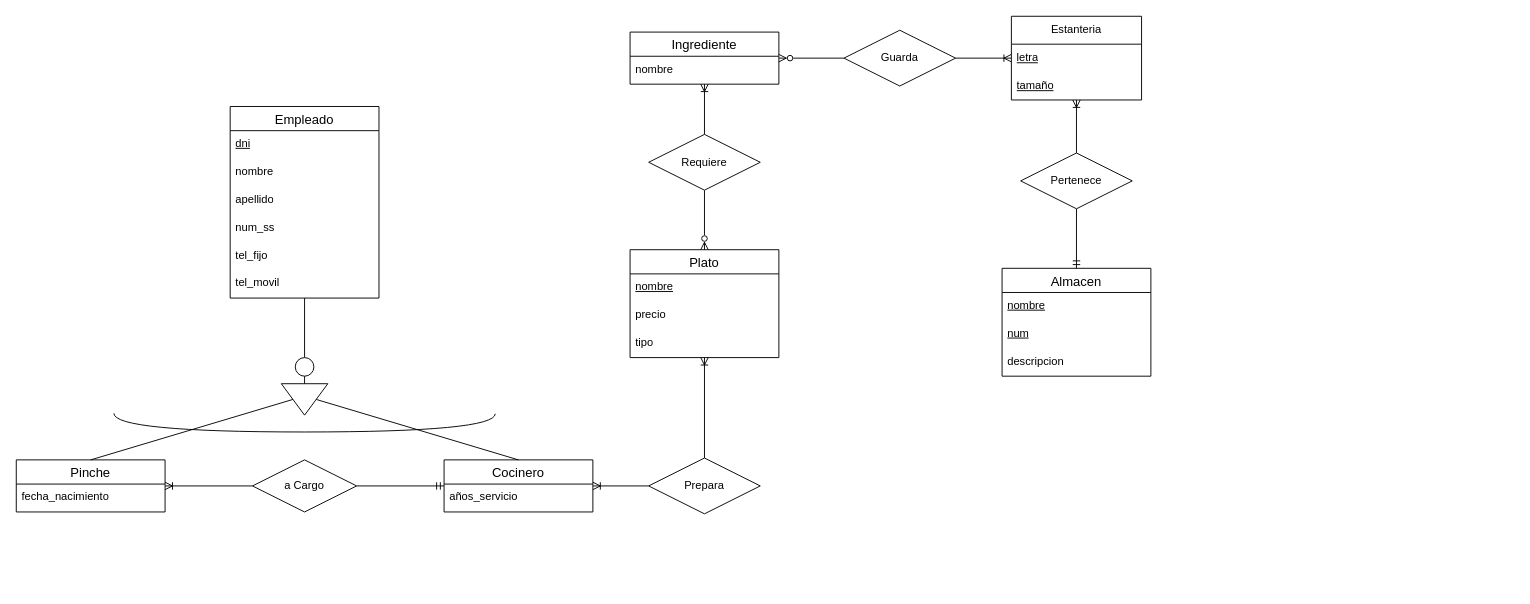
Above: TA12Ej13.drawio in AlejandroCara/acr-tsys-modeloER-drawio-1110 (draw.io), before the change. Source tidied: cells renumbered, new cells numbered last; positions are measured from the earlier drawing's top-left corner, leaving out a move shared by most shapes. Both pictures are drawn from the tidied source at 93%, with x=0, y=0 at pixel (16, 16).
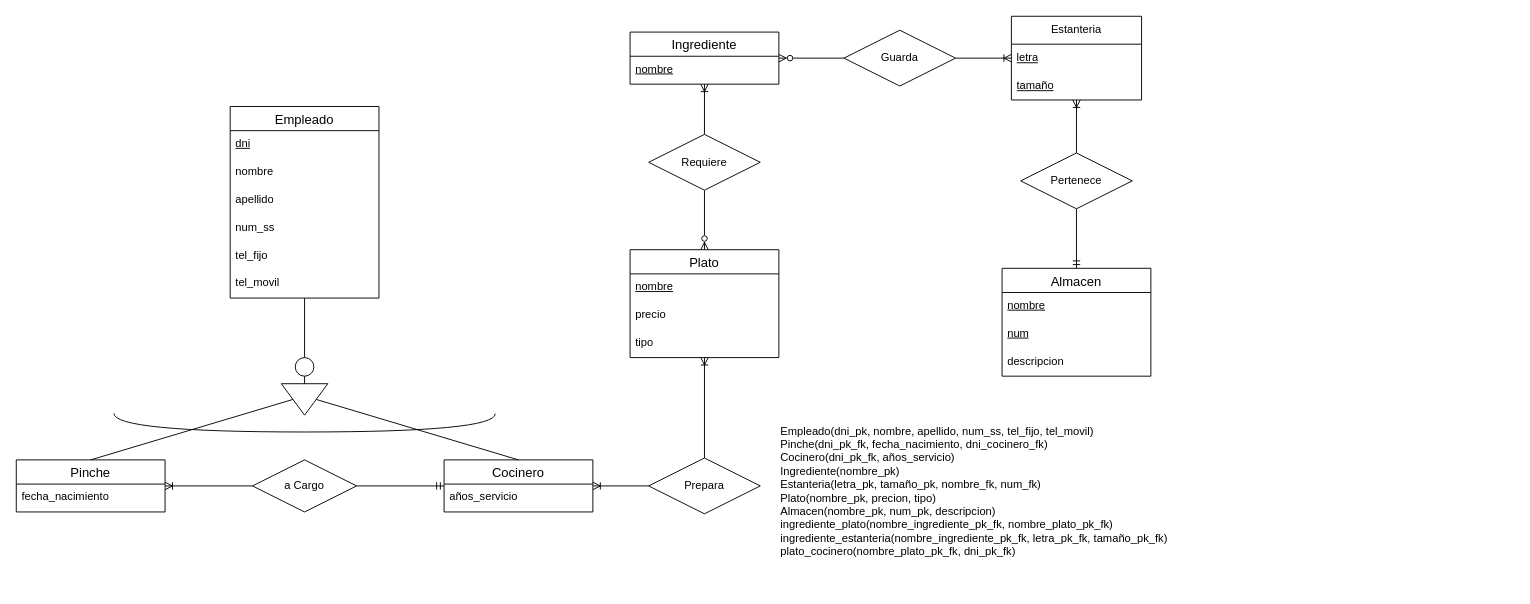
The same page after the edit.

The change refers to these unchanged cells:
```xml
<mxCell id="17" value="Ingrediente" style="swimlane;fontStyle=0;horizontal=1;startSize=26;align=center;fontSize=14;" parent="1" vertex="1">
  <mxGeometry x="660" y="17" width="160" height="56" as="geometry" />
</mxCell>
```

Diff of the diagram source:
```diff
@@
-    <mxCell id="18" value="nombre" style="text;strokeColor=none;fillColor=none;spacingLeft=4;spacingRight=4;overflow=hidden;fontSize=12;whiteSpace=wrap;html=1;" parent="17" vertex="1">
+    <mxCell id="18" value="&lt;u&gt;nombre&lt;/u&gt;" style="text;strokeColor=none;fillColor=none;spacingLeft=4;spacingRight=4;overflow=hidden;fontSize=12;whiteSpace=wrap;html=1;" parent="17" vertex="1">
       <mxGeometry y="26" width="160" height="30" as="geometry" />
     </mxCell>
@@
+    <mxCell id="48" value="Empleado(dni_pk, nombre, apellido, num_ss, tel_fijo, tel_movil)&lt;br&gt;Pinche(dni_pk_fk, fecha_nacimiento, dni_cocinero_fk)&lt;br&gt;Cocinero(dni_pk_fk, años_servicio)&lt;br&gt;Ingrediente(nombre_pk)&lt;br&gt;Estanteria(letra_pk, tamaño_pk, nombre_fk, num_fk)&lt;br&gt;Plato(nombre_pk, precion, tipo)&lt;br&gt;Almacen(nombre_pk, num_pk, descripcion)&lt;br&gt;ingrediente_plato(nombre_ingrediente_pk_fk, nombre_plato_pk_fk)&lt;br&gt;ingrediente_estanteria(nombre_ingrediente_pk_fk, letra_pk_fk, tamaño_pk_fk)&lt;br&gt;plato_cocinero(nombre_plato_pk_fk, dni_pk_fk)" style="text;html=1;strokeColor=none;fillColor=none;align=left;verticalAlign=middle;whiteSpace=wrap;rounded=0;" parent="1" vertex="1">
+      <mxGeometry x="820" y="407" width="790" height="207" as="geometry" />
+    </mxCell>
```
